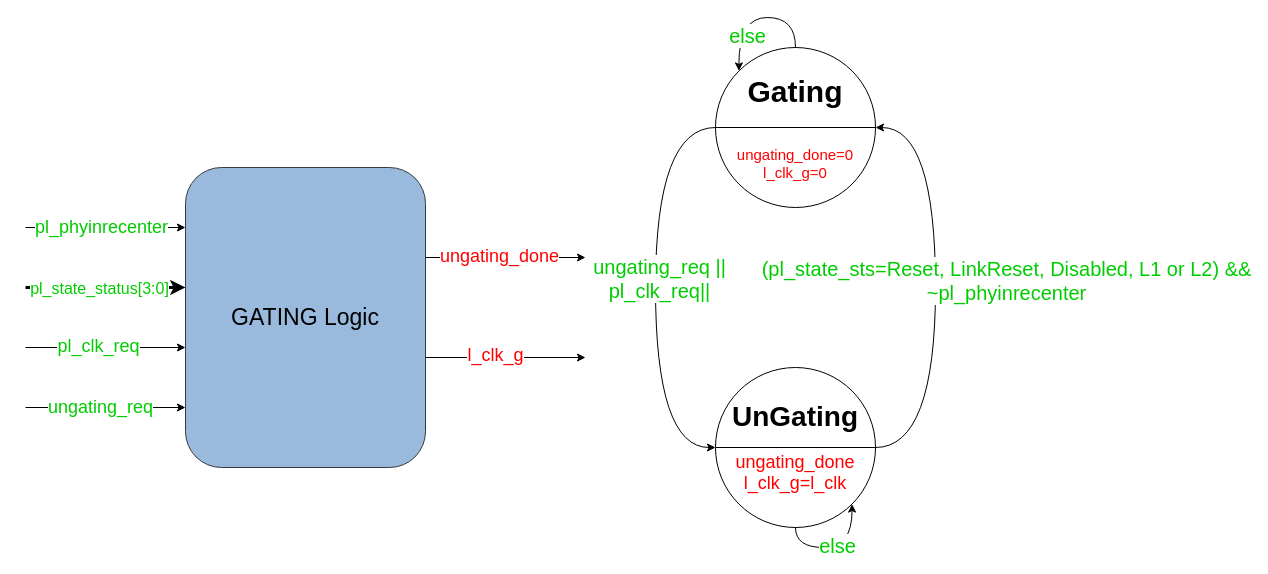
The draw.io diagram page "Gating logic" (9 of 23) of docs/SM/RDI_SM/RDI SM.drawio in AbdallahMoSalah/UCIe-3.0-PHY-layer, before the edit. Source tidied: cells renumbered, new cells numbered last; positions are measured from the earlier drawing's top-left corner, leaving out a move shared by most shapes. Both pictures are drawn from the tidied source at 100%, with x=0, y=0 at pixel (25, 17).
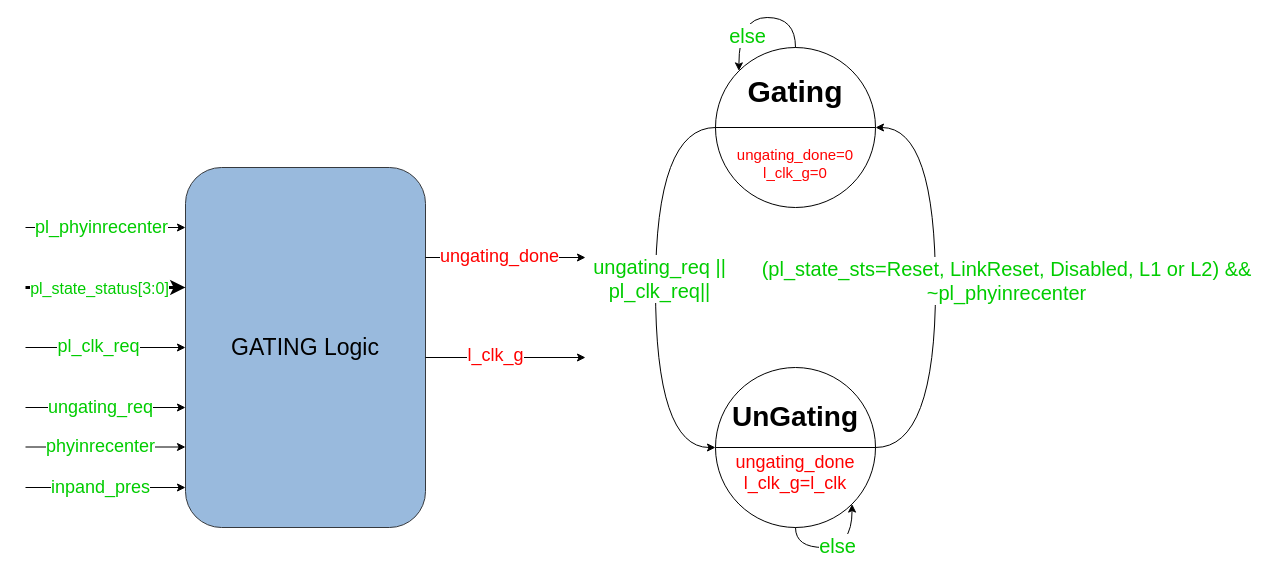
The same page after the edit.

What changed in the source:
```diff
@@
     <mxCell id="11" value="&lt;font style=&quot;font-size: 23px;&quot;&gt;GATING Logic&lt;/font&gt;" style="rounded=1;whiteSpace=wrap;html=1;fillColor=#99BADD;strokeColor=#36393d;labelBackgroundColor=none;" parent="1" vertex="1">
-      <mxGeometry x="160" y="150" width="240" height="300" as="geometry" />
+      <mxGeometry x="160" y="150" width="240" height="360" as="geometry" />
     </mxCell>
@@
+    <mxCell id="27" style="endArrow=classic;html=1;rounded=0;strokeColor=default;align=center;verticalAlign=middle;fontFamily=Helvetica;fontSize=12;fontColor=default;labelBackgroundColor=default;" parent="1" edge="1">
+      <mxGeometry relative="1" as="geometry">
+        <mxPoint y="429.5" as="sourcePoint" />
+        <mxPoint x="160" y="429.5" as="targetPoint" />
+      </mxGeometry>
+    </mxCell>
+    <mxCell id="28" value="phyinrecenter" style="edgeLabel;html=1;align=center;verticalAlign=middle;strokeColor=default;fontFamily=Helvetica;fontSize=18;fontColor=#00CC00;labelBackgroundColor=default;fillColor=default;" parent="27" vertex="1">
+      <mxGeometry x="-0.07" y="1" relative="1" as="geometry" />
+    </mxCell>
+    <mxCell id="29" style="endArrow=classic;html=1;rounded=0;strokeColor=default;align=center;verticalAlign=middle;fontFamily=Helvetica;fontSize=12;fontColor=default;labelBackgroundColor=default;" parent="1" edge="1">
+      <mxGeometry relative="1" as="geometry">
+        <mxPoint y="470" as="sourcePoint" />
+        <mxPoint x="160" y="470" as="targetPoint" />
+      </mxGeometry>
+    </mxCell>
+    <mxCell id="30" value="inpand_pres" style="edgeLabel;html=1;align=center;verticalAlign=middle;strokeColor=default;fontFamily=Helvetica;fontSize=18;fontColor=#00CC00;labelBackgroundColor=default;fillColor=default;" parent="29" vertex="1">
+      <mxGeometry x="-0.07" y="1" relative="1" as="geometry" />
+    </mxCell>
```
